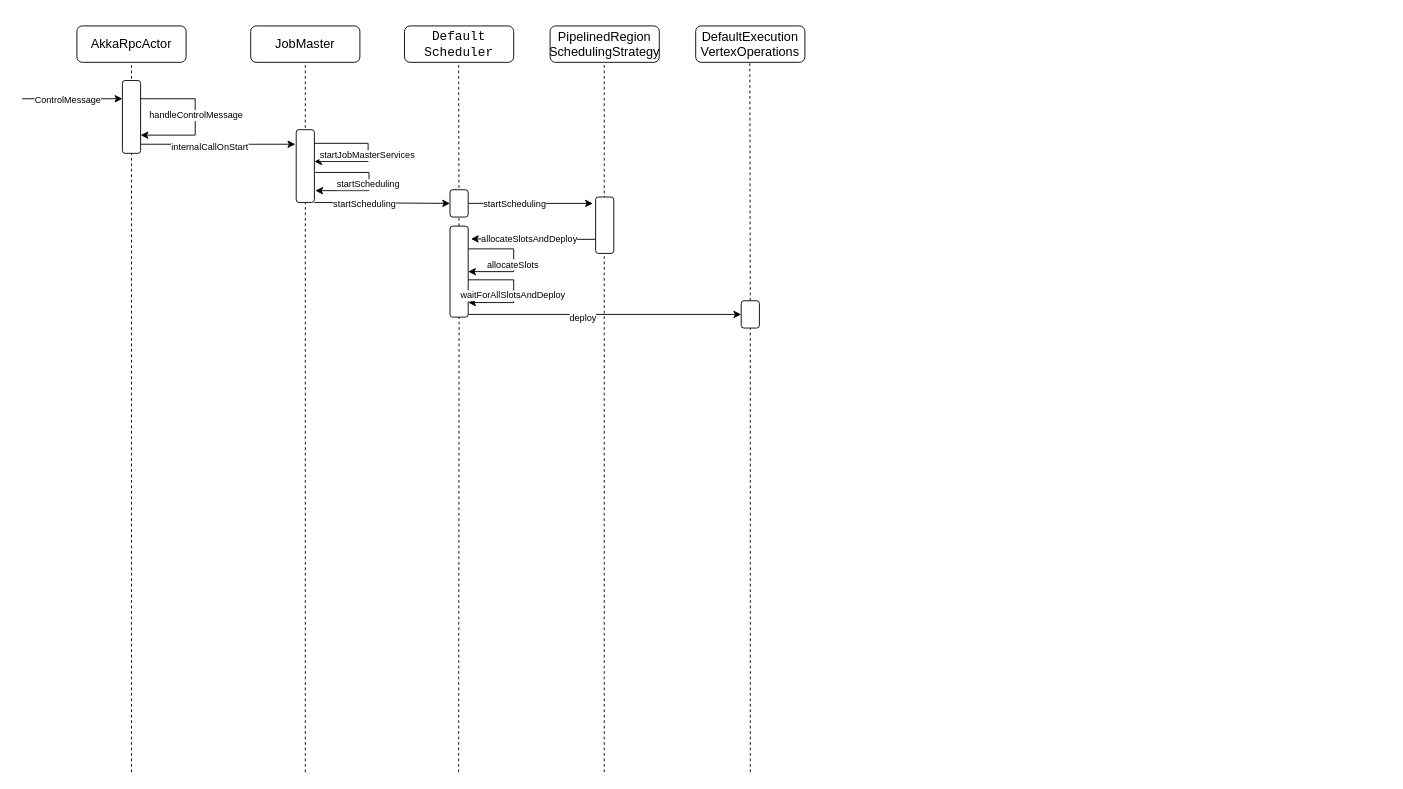
Above: imgs/flink/flink_windowwordcount_task_flow.drawio in rainsbaby/notebook (draw.io), before the change. Source tidied: cells renumbered, new cells numbered last; positions are measured from the earlier drawing's top-left corner, leaving out a move shared by most shapes. Both pictures are drawn from the tidied source at 91%, with x=0, y=0 at pixel (22, 25).
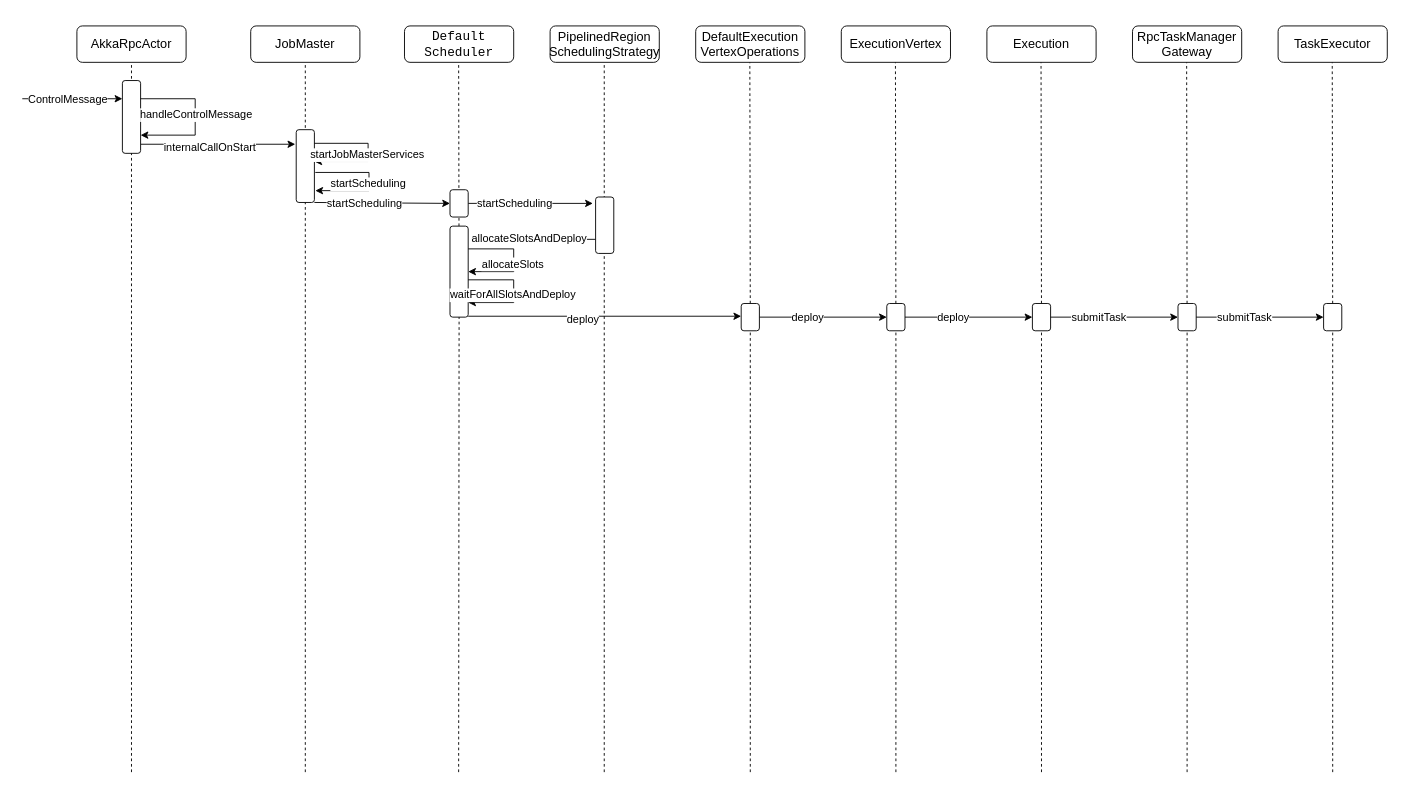
Above is the later version.

The change refers to these unchanged cells:
```xml
<mxCell id="6" style="rounded=0;jettySize=auto;html=1;exitX=1;exitY=0.875;exitDx=0;exitDy=0;fontFamily=Helvetica;fontSize=10;fontColor=#000000;exitPerimeter=0;" parent="1" edge="1" source="8">
  <mxGeometry relative="1" as="geometry">
    <mxPoint x="300" y="130" as="targetPoint" />
  </mxGeometry>
</mxCell>
<mxCell id="9" style="endArrow=classic;html=1;rounded=0;entryX=0;entryY=0.25;entryDx=0;entryDy=0;" parent="1" edge="1" target="8">
  <mxGeometry relative="1" as="geometry">
    <mxPoint y="80" as="sourcePoint" />
  </mxGeometry>
</mxCell>
<mxCell id="11" style="edgeStyle=orthogonalEdgeStyle;rounded=0;orthogonalLoop=1;jettySize=auto;html=1;exitX=1;exitY=0.25;exitDx=0;exitDy=0;entryX=1;entryY=0.75;entryDx=0;entryDy=0;fontFamily=Helvetica;fontSize=10;fontColor=#000000;" parent="1" edge="1" source="8" target="8">
  <mxGeometry relative="1" as="geometry">
    <Array as="points">
      <mxPoint x="190" y="80" />
      <mxPoint x="190" y="120" />
    </Array>
  </mxGeometry>
</mxCell>
<mxCell id="15" style="rounded=0;jettySize=auto;html=1;exitX=1;exitY=1;exitDx=0;exitDy=0;entryX=0;entryY=0.5;entryDx=0;entryDy=0;fontFamily=Helvetica;fontSize=10;fontColor=#000000;" parent="1" edge="1" source="17" target="25">
  <mxGeometry relative="1" as="geometry" />
</mxCell>
<mxCell id="18" style="edgeStyle=orthogonalEdgeStyle;rounded=0;orthogonalLoop=1;jettySize=auto;html=1;exitX=1;exitY=0.25;exitDx=0;exitDy=0;entryX=1;entryY=0.5;entryDx=0;entryDy=0;fontFamily=Helvetica;fontSize=10;fontColor=#000000;" parent="1" edge="1">
  <mxGeometry relative="1" as="geometry">
    <mxPoint x="321" y="129" as="sourcePoint" />
    <mxPoint x="321" y="149" as="targetPoint" />
    <Array as="points">
      <mxPoint x="380" y="129" />
      <mxPoint x="380" y="149" />
    </Array>
  </mxGeometry>
</mxCell>
<mxCell id="20" style="edgeStyle=orthogonalEdgeStyle;rounded=0;orthogonalLoop=1;jettySize=auto;html=1;exitX=1;exitY=0.25;exitDx=0;exitDy=0;entryX=1;entryY=0.5;entryDx=0;entryDy=0;fontFamily=Helvetica;fontSize=10;fontColor=#000000;" parent="1" edge="1">
  <mxGeometry relative="1" as="geometry">
    <mxPoint x="322" y="161" as="sourcePoint" />
    <mxPoint x="322" y="181" as="targetPoint" />
    <Array as="points">
      <mxPoint x="381" y="161" />
      <mxPoint x="381" y="181" />
    </Array>
  </mxGeometry>
</mxCell>
<mxCell id="23" style="edgeStyle=none;rounded=0;jettySize=auto;html=1;exitX=1;exitY=0.5;exitDx=0;exitDy=0;entryX=-0.15;entryY=0.113;entryDx=0;entryDy=0;fontFamily=Helvetica;fontSize=10;fontColor=#000000;entryPerimeter=0;" parent="1" edge="1" source="25" target="29">
  <mxGeometry relative="1" as="geometry" />
</mxCell>
<mxCell id="27" style="edgeStyle=orthogonalEdgeStyle;rounded=0;jettySize=auto;html=1;exitX=0;exitY=0.75;exitDx=0;exitDy=0;entryX=1.15;entryY=0.14;entryDx=0;entryDy=0;entryPerimeter=0;fontFamily=Helvetica;fontSize=14;fontColor=#000000;" parent="1" edge="1" source="29" target="32">
  <mxGeometry relative="1" as="geometry" />
</mxCell>
<mxCell id="34" style="edgeStyle=orthogonalEdgeStyle;rounded=0;orthogonalLoop=1;jettySize=auto;html=1;exitX=1;exitY=0.25;exitDx=0;exitDy=0;entryX=1;entryY=0.5;entryDx=0;entryDy=0;fontFamily=Helvetica;fontSize=10;fontColor=#000000;" parent="1" edge="1" source="32" target="32">
  <mxGeometry relative="1" as="geometry">
    <Array as="points">
      <mxPoint x="540" y="245" />
      <mxPoint x="540" y="270" />
    </Array>
  </mxGeometry>
</mxCell>
<mxCell id="36" style="edgeStyle=orthogonalEdgeStyle;rounded=0;orthogonalLoop=1;jettySize=auto;html=1;exitX=1;exitY=0.25;exitDx=0;exitDy=0;entryX=1;entryY=0.5;entryDx=0;entryDy=0;fontFamily=Helvetica;fontSize=10;fontColor=#000000;" parent="1" edge="1">
  <mxGeometry relative="1" as="geometry">
    <mxPoint x="490" y="279" as="sourcePoint" />
    <mxPoint x="490" y="304" as="targetPoint" />
    <Array as="points">
      <mxPoint x="540" y="279" />
      <mxPoint x="540" y="304" />
    </Array>
  </mxGeometry>
</mxCell>
```

Diff of the diagram source:
```diff
@@
-    <mxCell id="7" value="&lt;pre&gt;&lt;font style=&quot;font-size: 10px&quot; face=&quot;Helvetica&quot;&gt;&lt;span style=&quot;background-color: rgb(255 , 255 , 255)&quot;&gt;internalCallOnStart&lt;/span&gt;&lt;/font&gt;&lt;/pre&gt;" style="edgeLabel;html=1;align=center;verticalAlign=middle;fontSize=10;fontFamily=Helvetica;fontColor=#000000;" parent="6" vertex="1">
+    <mxCell id="7" value="&lt;pre style=&quot;font-size: 12px;&quot;&gt;&lt;font style=&quot;font-size: 12px;&quot; face=&quot;Helvetica&quot;&gt;&lt;span style=&quot;background-color: rgb(255, 255, 255); font-size: 12px;&quot;&gt;internalCallOnStart&lt;/span&gt;&lt;/font&gt;&lt;/pre&gt;" style="edgeLabel;html=1;align=center;verticalAlign=middle;fontSize=12;fontFamily=Helvetica;fontColor=#000000;" parent="6" vertex="1">
       <mxGeometry x="-0.12" y="-3" relative="1" as="geometry" />
     </mxCell>
@@
-    <mxCell id="10" value="&lt;div style=&quot;font-size: 10px&quot;&gt;&lt;span style=&quot;font-size: 10px&quot;&gt;ControlMessage&lt;/span&gt;&lt;/div&gt;" style="edgeLabel;html=1;align=center;verticalAlign=middle;fontSize=10;fontColor=#000000;fontFamily=Helvetica;labelBackgroundColor=default;" parent="9" vertex="1">
+    <mxCell id="10" value="&lt;div style=&quot;font-size: 12px;&quot;&gt;&lt;span style=&quot;font-size: 12px;&quot;&gt;ControlMessage&lt;/span&gt;&lt;/div&gt;" style="edgeLabel;html=1;align=center;verticalAlign=middle;fontSize=12;fontColor=#000000;fontFamily=Helvetica;labelBackgroundColor=default;" parent="9" vertex="1">
       <mxGeometry x="-0.11" relative="1" as="geometry" />
     </mxCell>
@@
-    <mxCell id="12" value="handleControlMessage" style="edgeLabel;html=1;align=center;verticalAlign=middle;fontSize=10;fontFamily=Helvetica;fontColor=#000000;" parent="11" vertex="1">
+    <mxCell id="12" value="handleControlMessage" style="edgeLabel;html=1;align=center;verticalAlign=middle;fontSize=12;fontFamily=Helvetica;fontColor=#000000;" parent="11" vertex="1">
       <mxGeometry x="-0.04" relative="1" as="geometry" />
     </mxCell>
@@
-    <mxCell id="16" value="&lt;pre style=&quot;font-size: 10px&quot;&gt;&lt;font face=&quot;Helvetica&quot;&gt;&lt;span style=&quot;font-size: 10px&quot;&gt;startScheduling&lt;/span&gt;&lt;/font&gt;&lt;/pre&gt;" style="edgeLabel;html=1;align=center;verticalAlign=middle;fontSize=10;fontFamily=Helvetica;fontColor=#000000;labelBackgroundColor=#FFFFFF;" parent="15" vertex="1">
+    <mxCell id="16" value="&lt;pre style=&quot;font-size: 12px;&quot;&gt;&lt;font style=&quot;font-size: 12px;&quot; face=&quot;Helvetica&quot;&gt;&lt;span style=&quot;font-size: 12px;&quot;&gt;startScheduling&lt;/span&gt;&lt;/font&gt;&lt;/pre&gt;" style="edgeLabel;html=1;align=center;verticalAlign=middle;fontSize=12;fontFamily=Helvetica;fontColor=#000000;labelBackgroundColor=#FFFFFF;" parent="15" vertex="1">
       <mxGeometry x="-0.26" y="-1" relative="1" as="geometry" />
     </mxCell>
@@
-    <mxCell id="19" value="startJobMasterServices" style="edgeLabel;html=1;align=center;verticalAlign=middle;fontSize=10;fontFamily=Helvetica;fontColor=#000000;" parent="18" vertex="1">
+    <mxCell id="19" value="startJobMasterServices" style="edgeLabel;html=1;align=center;verticalAlign=middle;fontSize=12;fontFamily=Helvetica;fontColor=#000000;" parent="18" vertex="1">
       <mxGeometry x="0.03" y="-2" relative="1" as="geometry" />
     </mxCell>
@@
-    <mxCell id="21" value="startScheduling" style="edgeLabel;html=1;align=center;verticalAlign=middle;fontSize=10;fontFamily=Helvetica;fontColor=#000000;" parent="20" vertex="1">
+    <mxCell id="21" value="startScheduling" style="edgeLabel;html=1;align=center;verticalAlign=middle;fontSize=12;fontFamily=Helvetica;fontColor=#000000;" parent="20" vertex="1">
       <mxGeometry x="0.03" y="-2" relative="1" as="geometry" />
     </mxCell>
@@
-    <mxCell id="24" value="&lt;pre style=&quot;font-size: 10px&quot;&gt;&lt;font face=&quot;Helvetica&quot;&gt;&lt;span style=&quot;font-size: 10px&quot;&gt;startScheduling&lt;/span&gt;&lt;/font&gt;&lt;/pre&gt;" style="edgeLabel;html=1;align=center;verticalAlign=middle;fontSize=10;fontFamily=Helvetica;fontColor=#000000;labelBackgroundColor=#FFFFFF;" parent="23" vertex="1">
+    <mxCell id="24" value="&lt;pre style=&quot;font-size: 12px;&quot;&gt;&lt;font style=&quot;font-size: 12px;&quot; face=&quot;Helvetica&quot;&gt;&lt;span style=&quot;font-size: 12px;&quot;&gt;startScheduling&lt;/span&gt;&lt;/font&gt;&lt;/pre&gt;" style="edgeLabel;html=1;align=center;verticalAlign=middle;fontSize=12;fontFamily=Helvetica;fontColor=#000000;labelBackgroundColor=#FFFFFF;" parent="23" vertex="1">
       <mxGeometry x="-0.26" relative="1" as="geometry" />
     </mxCell>
@@
-    <mxCell id="28" value="&lt;font style=&quot;font-size: 10px&quot;&gt;allocateSlotsAndDeploy&lt;/font&gt;" style="edgeLabel;html=1;align=center;verticalAlign=middle;fontSize=12;fontFamily=Helvetica;fontColor=#000000;" parent="27" vertex="1">
+    <mxCell id="28" value="&lt;font style=&quot;font-size: 12px;&quot;&gt;allocateSlotsAndDeploy&lt;/font&gt;" style="edgeLabel;html=1;align=center;verticalAlign=middle;fontSize=12;fontFamily=Helvetica;fontColor=#000000;" parent="27" vertex="1">
       <mxGeometry x="0.07" y="-1" relative="1" as="geometry" />
     </mxCell>
@@
-    <mxCell id="30" style="rounded=0;jettySize=auto;html=1;exitX=1;exitY=1;exitDx=0;exitDy=0;fontFamily=Helvetica;fontSize=10;fontColor=#000000;" parent="1" edge="1" target="40">
+    <mxCell id="30" style="rounded=0;orthogonalLoop=1;jettySize=auto;html=1;exitX=1;exitY=1;exitDx=0;exitDy=0;fontFamily=Helvetica;fontSize=10;fontColor=#000000;" parent="1" edge="1">
       <mxGeometry relative="1" as="geometry">
-        <mxPoint x="490" y="317" as="sourcePoint" />
+        <mxPoint x="490" y="319" as="sourcePoint" />
+        <mxPoint x="790" y="319" as="targetPoint" />
       </mxGeometry>
     </mxCell>
-    <mxCell id="31" value="&lt;div&gt;deploy&lt;/div&gt;" style="edgeLabel;html=1;align=center;verticalAlign=middle;fontSize=10;fontFamily=Helvetica;fontColor=#000000;" parent="30" vertex="1">
+    <mxCell id="31" value="&lt;div style=&quot;font-size: 12px;&quot;&gt;deploy&lt;/div&gt;" style="edgeLabel;html=1;align=center;verticalAlign=middle;fontSize=12;fontFamily=Helvetica;fontColor=#000000;" parent="30" vertex="1">
       <mxGeometry x="-0.17" y="-3" relative="1" as="geometry" />
     </mxCell>
@@
-    <mxCell id="35" value="allocateSlots" style="edgeLabel;html=1;align=center;verticalAlign=middle;fontSize=10;fontFamily=Helvetica;fontColor=#000000;" parent="34" vertex="1">
+    <mxCell id="35" value="allocateSlots" style="edgeLabel;html=1;align=center;verticalAlign=middle;fontSize=12;fontFamily=Helvetica;fontColor=#000000;" parent="34" vertex="1">
       <mxGeometry x="0.06" y="-2" relative="1" as="geometry" />
     </mxCell>
@@
-    <mxCell id="37" value="waitForAllSlotsAndDeploy" style="edgeLabel;html=1;align=center;verticalAlign=middle;fontSize=10;fontFamily=Helvetica;fontColor=#000000;" parent="36" vertex="1">
+    <mxCell id="37" value="waitForAllSlotsAndDeploy" style="edgeLabel;html=1;align=center;verticalAlign=middle;fontSize=12;fontFamily=Helvetica;fontColor=#000000;" parent="36" vertex="1">
       <mxGeometry x="0.06" y="-2" relative="1" as="geometry" />
     </mxCell>
@@
+    <mxCell id="42" style="edgeStyle=none;rounded=0;jettySize=auto;html=1;exitX=1;exitY=0.5;exitDx=0;exitDy=0;entryX=0;entryY=0.5;entryDx=0;entryDy=0;fontFamily=Helvetica;fontSize=10;fontColor=#000000;" parent="1" edge="1" source="40" target="46">
+      <mxGeometry relative="1" as="geometry" />
+    </mxCell>
+    <mxCell id="43" value="deploy" style="edgeLabel;html=1;align=center;verticalAlign=middle;fontSize=12;fontFamily=Helvetica;fontColor=#000000;" parent="42" vertex="1">
+      <mxGeometry x="-0.26" relative="1" as="geometry" />
+    </mxCell>
     <mxCell id="40" style="rounded=1;whiteSpace=wrap;html=1;" parent="1" vertex="1">
-      <mxGeometry x="790" y="302" width="20" height="30" as="geometry" />
+      <mxGeometry x="790" y="305" width="20" height="30" as="geometry" />
     </mxCell>
@@
+    <mxCell id="44" style="endArrow=none;dashed=1;html=1;rounded=0;entryX=0.5;entryY=1;entryDx=0;entryDy=0;startArrow=none;" parent="1" edge="1" source="46">
+      <mxGeometry relative="1" as="geometry">
+        <mxPoint x="959.5" y="40" as="targetPoint" />
+      </mxGeometry>
+    </mxCell>
+    <mxCell id="45" value="ExecutionVertex" style="rounded=1;html=1;fontSize=14;whiteSpace=wrap;" parent="1" vertex="1">
+      <mxGeometry x="900" width="120" height="40" as="geometry" />
+    </mxCell>
+    <mxCell id="46" style="rounded=1;whiteSpace=wrap;html=1;" parent="1" vertex="1">
+      <mxGeometry x="950" y="305" width="20" height="30" as="geometry" />
+    </mxCell>
+    <mxCell id="47" style="endArrow=none;dashed=1;html=1;rounded=0;entryX=0.5;entryY=1;entryDx=0;entryDy=0;" parent="1" edge="1" target="46">
+      <mxGeometry relative="1" as="geometry">
+        <mxPoint x="960" y="820" as="sourcePoint" />
+      </mxGeometry>
+    </mxCell>
+    <mxCell id="48" style="edgeStyle=none;rounded=0;jettySize=auto;html=1;exitX=1;exitY=0.5;exitDx=0;exitDy=0;entryX=0;entryY=0.5;entryDx=0;entryDy=0;fontFamily=Helvetica;fontSize=10;fontColor=#000000;" parent="1" edge="1" target="52">
+      <mxGeometry relative="1" as="geometry">
+        <mxPoint x="970" y="320" as="sourcePoint" />
+      </mxGeometry>
+    </mxCell>
+    <mxCell id="49" value="deploy" style="edgeLabel;html=1;align=center;verticalAlign=middle;fontSize=12;fontFamily=Helvetica;fontColor=#000000;" parent="48" vertex="1">
+      <mxGeometry x="-0.26" relative="1" as="geometry" />
+    </mxCell>
+    <mxCell id="50" style="endArrow=none;dashed=1;html=1;rounded=0;entryX=0.5;entryY=1;entryDx=0;entryDy=0;startArrow=none;" parent="1" edge="1" source="52">
+      <mxGeometry relative="1" as="geometry">
+        <mxPoint x="1119.5" y="40" as="targetPoint" />
+      </mxGeometry>
+    </mxCell>
+    <mxCell id="51" value="Execution" style="rounded=1;html=1;fontSize=14;whiteSpace=wrap;" parent="1" vertex="1">
+      <mxGeometry x="1060" width="120" height="40" as="geometry" />
+    </mxCell>
+    <mxCell id="52" style="rounded=1;whiteSpace=wrap;html=1;" parent="1" vertex="1">
+      <mxGeometry x="1110" y="305" width="20" height="30" as="geometry" />
+    </mxCell>
+    <mxCell id="53" style="endArrow=none;dashed=1;html=1;rounded=0;entryX=0.5;entryY=1;entryDx=0;entryDy=0;" parent="1" edge="1" target="52">
+      <mxGeometry relative="1" as="geometry">
+        <mxPoint x="1120" y="820" as="sourcePoint" />
+      </mxGeometry>
+    </mxCell>
+    <mxCell id="54" style="edgeStyle=none;rounded=0;jettySize=auto;html=1;exitX=1;exitY=0.5;exitDx=0;exitDy=0;entryX=0;entryY=0.5;entryDx=0;entryDy=0;fontFamily=Helvetica;fontSize=10;fontColor=#000000;" parent="1" edge="1" target="58">
+      <mxGeometry relative="1" as="geometry">
+        <mxPoint x="1130" y="320" as="sourcePoint" />
+      </mxGeometry>
+    </mxCell>
+    <mxCell id="55" value="&lt;font style=&quot;font-size: 12px&quot;&gt;submitTask&lt;/font&gt;" style="edgeLabel;html=1;align=center;verticalAlign=middle;fontSize=10;fontFamily=Helvetica;fontColor=#000000;" parent="54" vertex="1">
+      <mxGeometry x="-0.26" relative="1" as="geometry" />
+    </mxCell>
+    <mxCell id="56" style="endArrow=none;dashed=1;html=1;rounded=0;entryX=0.5;entryY=1;entryDx=0;entryDy=0;startArrow=none;" parent="1" edge="1" source="58">
+      <mxGeometry relative="1" as="geometry">
+        <mxPoint x="1279.5" y="40" as="targetPoint" />
+      </mxGeometry>
+    </mxCell>
+    <mxCell id="57" value="&lt;div&gt;RpcTaskManager&lt;/div&gt;&lt;div&gt;Gateway&lt;/div&gt;" style="rounded=1;html=1;fontSize=14;whiteSpace=wrap;" parent="1" vertex="1">
+      <mxGeometry x="1220" width="120" height="40" as="geometry" />
+    </mxCell>
+    <mxCell id="58" style="rounded=1;whiteSpace=wrap;html=1;" parent="1" vertex="1">
+      <mxGeometry x="1270" y="305" width="20" height="30" as="geometry" />
+    </mxCell>
+    <mxCell id="59" style="endArrow=none;dashed=1;html=1;rounded=0;entryX=0.5;entryY=1;entryDx=0;entryDy=0;" parent="1" edge="1" target="58">
+      <mxGeometry relative="1" as="geometry">
+        <mxPoint x="1280" y="820" as="sourcePoint" />
+      </mxGeometry>
+    </mxCell>
+    <mxCell id="60" style="edgeStyle=none;rounded=0;jettySize=auto;html=1;exitX=1;exitY=0.5;exitDx=0;exitDy=0;entryX=0;entryY=0.5;entryDx=0;entryDy=0;fontFamily=Helvetica;fontSize=10;fontColor=#000000;" parent="1" edge="1" target="64">
+      <mxGeometry relative="1" as="geometry">
+        <mxPoint x="1290" y="320" as="sourcePoint" />
+      </mxGeometry>
+    </mxCell>
+    <mxCell id="61" value="submitTask" style="edgeLabel;html=1;align=center;verticalAlign=middle;fontSize=12;fontFamily=Helvetica;fontColor=#000000;" parent="60" vertex="1">
+      <mxGeometry x="-0.26" relative="1" as="geometry" />
+    </mxCell>
+    <mxCell id="62" style="endArrow=none;dashed=1;html=1;rounded=0;entryX=0.5;entryY=1;entryDx=0;entryDy=0;startArrow=none;" parent="1" edge="1" source="64">
+      <mxGeometry relative="1" as="geometry">
+        <mxPoint x="1439.5" y="40" as="targetPoint" />
+      </mxGeometry>
+    </mxCell>
+    <mxCell id="63" value="TaskExecutor" style="rounded=1;html=1;fontSize=14;whiteSpace=wrap;" parent="1" vertex="1">
+      <mxGeometry x="1380" width="120" height="40" as="geometry" />
+    </mxCell>
+    <mxCell id="64" style="rounded=1;whiteSpace=wrap;html=1;" parent="1" vertex="1">
+      <mxGeometry x="1430" y="305" width="20" height="30" as="geometry" />
+    </mxCell>
+    <mxCell id="65" style="endArrow=none;dashed=1;html=1;rounded=0;entryX=0.5;entryY=1;entryDx=0;entryDy=0;" parent="1" edge="1" target="64">
+      <mxGeometry relative="1" as="geometry">
+        <mxPoint x="1440" y="820" as="sourcePoint" />
+      </mxGeometry>
+    </mxCell>
```
